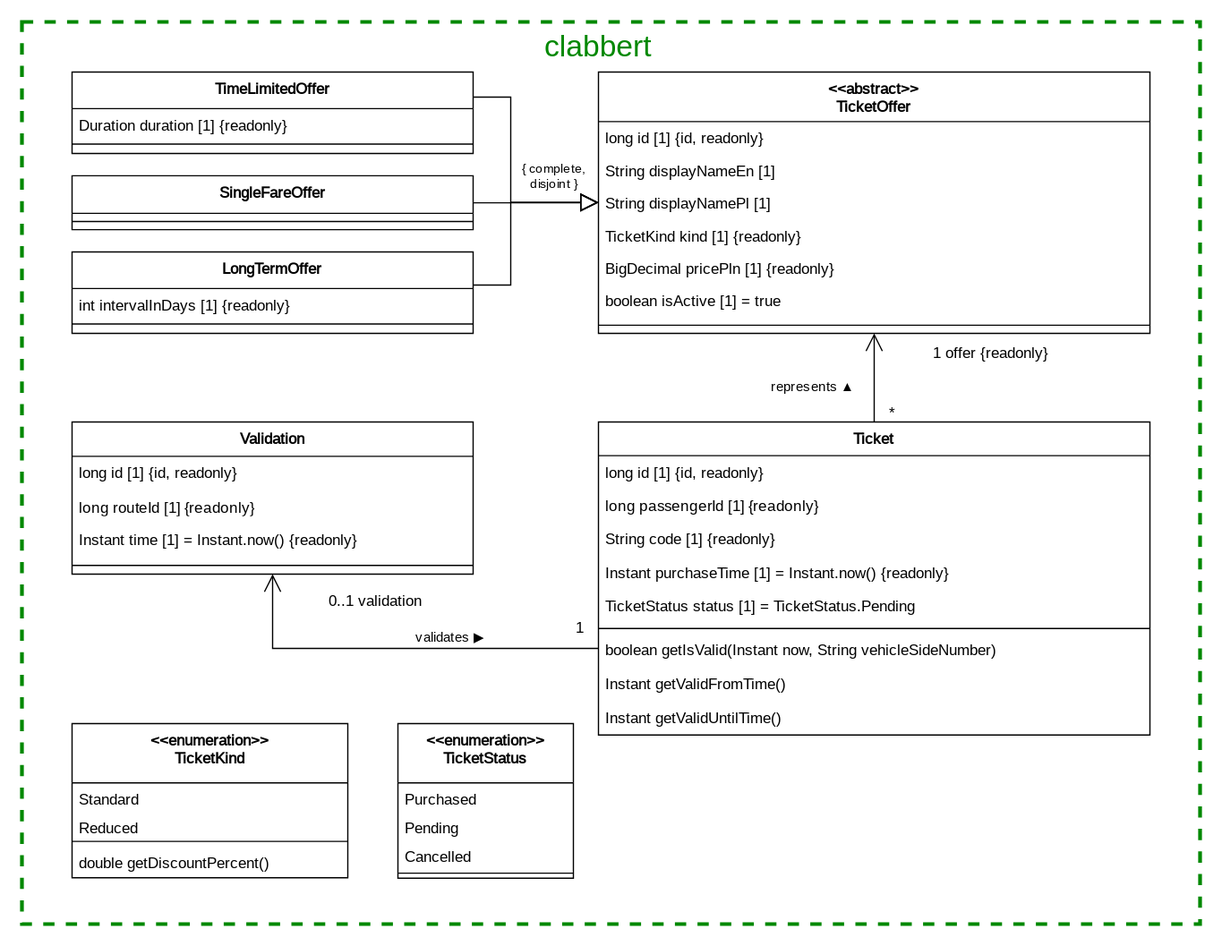
Above: documentation/course/e2/images/class-diagram-clabbert.drawio.svg in PWR-ACS-SE-24/SoftwareSystemDesign (draw.io), before the change. Source tidied: cells renumbered, new cells last; positions are measured from the earlier drawing's top-left corner, leaving out a move shared by most shapes.
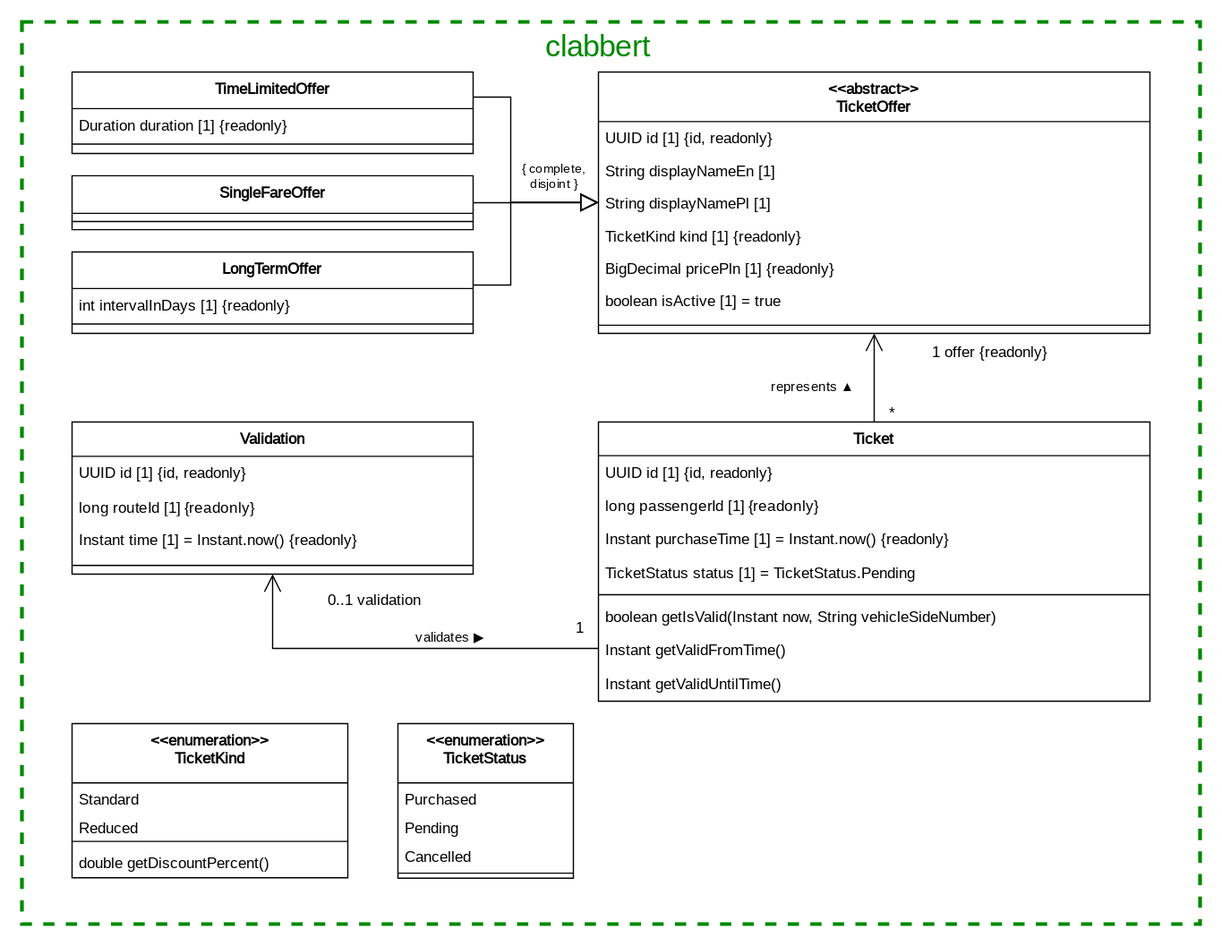
The same diagram one commit later.

What changed in the source:
```diff
@@ -2,10 +2,10 @@
   <root>
     <mxCell id="0" />
     <mxCell id="1" parent="0" />
-    <mxCell id="2" style="rounded=0;whiteSpace=wrap;html=1;dashed=1;strokeWidth=3;fillColor=none;strokeColor=#008800;" parent="1" vertex="1">
+    <mxCell id="2" style="rounded=0;whiteSpace=wrap;html=1;dashed=1;strokeWidth=3;fillColor=none;strokeColor=#008800;fontFamily=JetBrains Mono;fontSource=https%3A%2F%2Ffonts.googleapis.com%2Fcss%3Ffamily%3DJetBrains%2BMono;" parent="1" vertex="1">
       <mxGeometry width="940" height="720" as="geometry" />
     </mxCell>
-    <mxCell id="3" style="edgeStyle=orthogonalEdgeStyle;rounded=0;jettySize=auto;html=1;endArrow=block;endFill=0;endSize=12;" parent="1" edge="1" source="4" target="24">
+    <mxCell id="3" style="edgeStyle=orthogonalEdgeStyle;rounded=0;jettySize=auto;html=1;endArrow=block;endFill=0;endSize=12;fontFamily=JetBrains Mono;fontSource=https%3A%2F%2Ffonts.googleapis.com%2Fcss%3Ffamily%3DJetBrains%2BMono;" parent="1" edge="1" source="4" target="24">
       <mxGeometry relative="1" as="geometry">
         <Array as="points">
           <mxPoint x="390" y="210" />
@@ -22,7 +22,7 @@
     <mxCell id="6" style="line;strokeWidth=1;fillColor=none;align=left;verticalAlign=middle;spacingTop=-1;spacingLeft=3;spacingRight=3;labelPosition=right;strokeColor=inherit;fontFamily=JetBrains Mono;fontStyle=0;fontSource=https%3A%2F%2Ffonts.googleapis.com%2Fcss%3Ffamily%3DJetBrains%2BMono;" parent="4" vertex="1">
       <mxGeometry y="50" width="320" height="15" as="geometry" />
     </mxCell>
-    <mxCell id="7" style="edgeStyle=orthogonalEdgeStyle;rounded=0;jettySize=auto;html=1;endArrow=block;endFill=0;endSize=12;" parent="1" edge="1" source="8" target="24">
+    <mxCell id="7" style="edgeStyle=orthogonalEdgeStyle;rounded=0;jettySize=auto;html=1;endArrow=block;endFill=0;endSize=12;fontFamily=JetBrains Mono;fontSource=https%3A%2F%2Ffonts.googleapis.com%2Fcss%3Ffamily%3DJetBrains%2BMono;" parent="1" edge="1" source="8" target="24">
       <mxGeometry relative="1" as="geometry">
         <Array as="points">
           <mxPoint x="420" y="144" />
@@ -37,36 +37,33 @@
       <mxGeometry y="30" width="320" height="13" as="geometry" />
     </mxCell>
     <mxCell id="10" value="Ticket" style="swimlane;fontStyle=1;align=center;verticalAlign=top;horizontal=1;startSize=26.857142857142858;fontFamily=JetBrains Mono;fontSource=https%3A%2F%2Ffonts.googleapis.com%2Fcss%3Ffamily%3DJetBrains%2BMono;" parent="1" vertex="1">
-      <mxGeometry x="460" y="319.3" width="440" height="249.9" as="geometry" />
+      <mxGeometry x="460" y="319.3" width="440" height="222.9" as="geometry" />
     </mxCell>
-    <mxCell id="11" value="long id [1] {id, readonly}" style="text;strokeColor=none;fillColor=none;align=left;verticalAlign=top;spacingLeft=4;spacingRight=4;overflow=hidden;fontFamily=JetBrains Mono;fontStyle=0;fontSource=https%3A%2F%2Ffonts.googleapis.com%2Fcss%3Ffamily%3DJetBrains%2BMono;" parent="10" vertex="1">
+    <mxCell id="11" value="UUID id [1] {id, readonly}" style="text;strokeColor=none;fillColor=none;align=left;verticalAlign=top;spacingLeft=4;spacingRight=4;overflow=hidden;fontFamily=JetBrains Mono;fontStyle=0;fontSource=https%3A%2F%2Ffonts.googleapis.com%2Fcss%3Ffamily%3DJetBrains%2BMono;" parent="10" vertex="1">
       <mxGeometry y="26.9" width="440" height="27" as="geometry" />
     </mxCell>
     <mxCell id="12" value="&lt;font&gt;long passengerId [1] {readonly}&lt;/font&gt;" style="text;strokeColor=none;fillColor=none;align=left;verticalAlign=top;spacingLeft=4;spacingRight=4;overflow=hidden;whiteSpace=wrap;html=1;fontFamily=JetBrains Mono;fontSource=https%3A%2F%2Ffonts.googleapis.com%2Fcss%3Ffamily%3DJetBrains%2BMono;" parent="10" vertex="1">
       <mxGeometry y="53.9" width="440" height="26" as="geometry" />
     </mxCell>
-    <mxCell id="13" value="String code [1] {readonly}" style="text;strokeColor=none;fillColor=none;align=left;verticalAlign=top;spacingLeft=4;spacingRight=4;overflow=hidden;fontFamily=JetBrains Mono;fontStyle=0;fontSource=https%3A%2F%2Ffonts.googleapis.com%2Fcss%3Ffamily%3DJetBrains%2BMono;" parent="10" vertex="1">
-      <mxGeometry y="79.9" width="440" height="27" as="geometry" />
-    </mxCell>
     <mxCell id="14" value="Instant purchaseTime [1] = Instant.now() {readonly}" style="text;strokeColor=none;fillColor=none;align=left;verticalAlign=top;spacingLeft=4;spacingRight=4;overflow=hidden;fontFamily=JetBrains Mono;fontStyle=0;fontSource=https%3A%2F%2Ffonts.googleapis.com%2Fcss%3Ffamily%3DJetBrains%2BMono;" parent="10" vertex="1">
-      <mxGeometry y="106.9" width="440" height="27" as="geometry" />
+      <mxGeometry y="79.9" width="440" height="27" as="geometry" />
     </mxCell>
     <mxCell id="15" value="TicketStatus status [1] = TicketStatus.Pending" style="text;strokeColor=none;fillColor=none;align=left;verticalAlign=top;spacingLeft=4;spacingRight=4;overflow=hidden;fontFamily=JetBrains Mono;fontStyle=0;fontSource=https%3A%2F%2Ffonts.googleapis.com%2Fcss%3Ffamily%3DJetBrains%2BMono;" parent="10" vertex="1">
-      <mxGeometry y="133.9" width="440" height="27" as="geometry" />
+      <mxGeometry y="106.9" width="440" height="27" as="geometry" />
     </mxCell>
     <mxCell id="16" style="line;strokeWidth=1;fillColor=none;align=left;verticalAlign=middle;spacingTop=-1;spacingLeft=3;spacingRight=3;labelPosition=right;strokeColor=inherit;fontFamily=JetBrains Mono;fontStyle=0;fontSource=https%3A%2F%2Ffonts.googleapis.com%2Fcss%3Ffamily%3DJetBrains%2BMono;" parent="10" vertex="1">
-      <mxGeometry y="160.9" width="440" height="8" as="geometry" />
+      <mxGeometry y="133.9" width="440" height="8" as="geometry" />
     </mxCell>
     <mxCell id="17" value="boolean getIsValid(Instant now, String vehicleSideNumber)" style="text;strokeColor=none;fillColor=none;align=left;verticalAlign=top;spacingLeft=4;spacingRight=4;overflow=hidden;fontFamily=JetBrains Mono;fontStyle=0;fontSource=https%3A%2F%2Ffonts.googleapis.com%2Fcss%3Ffamily%3DJetBrains%2BMono;" parent="10" vertex="1">
-      <mxGeometry y="168.9" width="440" height="27" as="geometry" />
+      <mxGeometry y="141.9" width="440" height="27" as="geometry" />
     </mxCell>
     <mxCell id="18" value="Instant getValidFromTime()" style="text;strokeColor=none;fillColor=none;align=left;verticalAlign=top;spacingLeft=4;spacingRight=4;overflow=hidden;fontFamily=JetBrains Mono;fontStyle=0;fontSource=https%3A%2F%2Ffonts.googleapis.com%2Fcss%3Ffamily%3DJetBrains%2BMono;" parent="10" vertex="1">
-      <mxGeometry y="195.9" width="440" height="27" as="geometry" />
+      <mxGeometry y="168.9" width="440" height="27" as="geometry" />
     </mxCell>
     <mxCell id="19" value="Instant getValidUntilTime()" style="text;strokeColor=none;fillColor=none;align=left;verticalAlign=top;spacingLeft=4;spacingRight=4;overflow=hidden;fontFamily=JetBrains Mono;fontStyle=0;fontSource=https%3A%2F%2Ffonts.googleapis.com%2Fcss%3Ffamily%3DJetBrains%2BMono;" parent="10" vertex="1">
-      <mxGeometry y="222.9" width="440" height="27" as="geometry" />
+      <mxGeometry y="195.9" width="440" height="27" as="geometry" />
     </mxCell>
-    <mxCell id="20" style="edgeStyle=orthogonalEdgeStyle;rounded=0;jettySize=auto;html=1;endArrow=block;endFill=0;endSize=12;" parent="1" edge="1" source="21" target="24">
+    <mxCell id="20" style="edgeStyle=orthogonalEdgeStyle;rounded=0;jettySize=auto;html=1;endArrow=block;endFill=0;endSize=12;fontFamily=JetBrains Mono;fontSource=https%3A%2F%2Ffonts.googleapis.com%2Fcss%3Ffamily%3DJetBrains%2BMono;" parent="1" edge="1" source="21" target="24">
       <mxGeometry relative="1" as="geometry">
         <Array as="points">
           <mxPoint x="390" y="60" />
@@ -86,7 +83,7 @@
     <mxCell id="24" value="&lt;&lt;abstract&gt;&gt;&#10;TicketOffer" style="swimlane;fontStyle=1;align=center;verticalAlign=top;horizontal=1;startSize=39.5625;fontFamily=JetBrains Mono;fontSource=https%3A%2F%2Ffonts.googleapis.com%2Fcss%3Ffamily%3DJetBrains%2BMono;" parent="1" vertex="1">
       <mxGeometry x="460" y="40" width="440" height="208.6" as="geometry" />
     </mxCell>
-    <mxCell id="25" value="long id [1] {id, readonly}" style="text;strokeColor=none;fillColor=none;align=left;verticalAlign=top;spacingLeft=4;spacingRight=4;overflow=hidden;fontFamily=JetBrains Mono;fontStyle=0;fontSource=https%3A%2F%2Ffonts.googleapis.com%2Fcss%3Ffamily%3DJetBrains%2BMono;" parent="24" vertex="1">
+    <mxCell id="25" value="UUID id [1] {id, readonly}" style="text;strokeColor=none;fillColor=none;align=left;verticalAlign=top;spacingLeft=4;spacingRight=4;overflow=hidden;fontFamily=JetBrains Mono;fontStyle=0;fontSource=https%3A%2F%2Ffonts.googleapis.com%2Fcss%3Ffamily%3DJetBrains%2BMono;" parent="24" vertex="1">
       <mxGeometry y="39.6" width="440" height="26" as="geometry" />
     </mxCell>
     <mxCell id="26" value="String displayNameEn [1]" style="text;strokeColor=none;fillColor=none;align=left;verticalAlign=top;spacingLeft=4;spacingRight=4;overflow=hidden;fontFamily=JetBrains Mono;fontStyle=0;fontSource=https%3A%2F%2Ffonts.googleapis.com%2Fcss%3Ffamily%3DJetBrains%2BMono;" parent="24" vertex="1">
@@ -110,7 +107,7 @@
     <mxCell id="32" value="Validation" style="swimlane;fontStyle=1;align=center;verticalAlign=top;horizontal=1;startSize=27.428571428571427;fontFamily=JetBrains Mono;fontSource=https%3A%2F%2Ffonts.googleapis.com%2Fcss%3Ffamily%3DJetBrains%2BMono;" parent="1" vertex="1">
       <mxGeometry x="40" y="319.3" width="320" height="121.4" as="geometry" />
     </mxCell>
-    <mxCell id="33" value="long id [1] {id, readonly}" style="text;strokeColor=none;fillColor=none;align=left;verticalAlign=top;spacingLeft=4;spacingRight=4;overflow=hidden;fontFamily=JetBrains Mono;fontStyle=0;fontSource=https%3A%2F%2Ffonts.googleapis.com%2Fcss%3Ffamily%3DJetBrains%2BMono;" parent="32" vertex="1">
+    <mxCell id="33" value="UUID id [1] {id, readonly}" style="text;strokeColor=none;fillColor=none;align=left;verticalAlign=top;spacingLeft=4;spacingRight=4;overflow=hidden;fontFamily=JetBrains Mono;fontStyle=0;fontSource=https%3A%2F%2Ffonts.googleapis.com%2Fcss%3Ffamily%3DJetBrains%2BMono;" parent="32" vertex="1">
       <mxGeometry y="27.4" width="320" height="27" as="geometry" />
     </mxCell>
     <mxCell id="34" value="&lt;font&gt;long routeId [1] {readonly}&lt;/font&gt;" style="text;strokeColor=none;fillColor=none;align=left;verticalAlign=top;spacingLeft=4;spacingRight=4;overflow=hidden;whiteSpace=wrap;html=1;fontFamily=JetBrains Mono;fontSource=https%3A%2F%2Ffonts.googleapis.com%2Fcss%3Ffamily%3DJetBrains%2BMono;" parent="32" vertex="1">
@@ -183,10 +180,10 @@
     <mxCell id="49" value="double getDiscountPercent()" style="text;strokeColor=none;fillColor=none;align=left;verticalAlign=top;spacingLeft=4;spacingRight=4;overflow=hidden;fontFamily=JetBrains Mono;fontStyle=0;fontSource=https%3A%2F%2Ffonts.googleapis.com%2Fcss%3Ffamily%3DJetBrains%2BMono;" parent="45" vertex="1">
       <mxGeometry y="98" width="220" height="25" as="geometry" />
     </mxCell>
-    <mxCell id="50" value="&lt;font color=&quot;#008800&quot;&gt;clabbert&lt;/font&gt;" style="text;html=1;align=center;verticalAlign=middle;whiteSpace=wrap;rounded=0;fillColor=none;strokeColor=none;fontColor=#009900;fontSize=24;" parent="1" vertex="1">
+    <mxCell id="50" value="&lt;font color=&quot;#008800&quot;&gt;clabbert&lt;/font&gt;" style="text;html=1;align=center;verticalAlign=middle;whiteSpace=wrap;rounded=0;fillColor=none;strokeColor=none;fontColor=#009900;fontSize=24;fontFamily=JetBrains Mono;fontSource=https%3A%2F%2Ffonts.googleapis.com%2Fcss%3Ffamily%3DJetBrains%2BMono;" parent="1" vertex="1">
       <mxGeometry width="920" height="40" as="geometry" />
     </mxCell>
-    <mxCell id="51" value="&lt;font face=&quot;JetBrains Mono&quot;&gt;{ complete,&lt;/font&gt;&lt;div&gt;&lt;font face=&quot;JetBrains Mono&quot;&gt;disjoint }&lt;/font&gt;&lt;/div&gt;" style="text;html=1;align=center;verticalAlign=middle;whiteSpace=wrap;rounded=0;fontSize=10;" parent="1" vertex="1">
+    <mxCell id="51" value="&lt;font&gt;{ complete,&lt;/font&gt;&lt;div&gt;&lt;font&gt;disjoint }&lt;/font&gt;&lt;/div&gt;" style="text;html=1;align=center;verticalAlign=middle;whiteSpace=wrap;rounded=0;fontSize=10;fontFamily=JetBrains Mono;fontSource=https%3A%2F%2Ffonts.googleapis.com%2Fcss%3Ffamily%3DJetBrains%2BMono;" parent="1" vertex="1">
       <mxGeometry x="390" y="105" width="70" height="35" as="geometry" />
     </mxCell>
     <mxCell id="52" value="&lt;&lt;enumeration&gt;&gt;&#10;TicketStatus" style="swimlane;fontStyle=1;align=center;verticalAlign=top;horizontal=1;startSize=47.333333333333336;fontFamily=JetBrains Mono;fontSource=https%3A%2F%2Ffonts.googleapis.com%2Fcss%3Ffamily%3DJetBrains%2BMono;" parent="1" vertex="1">
```
